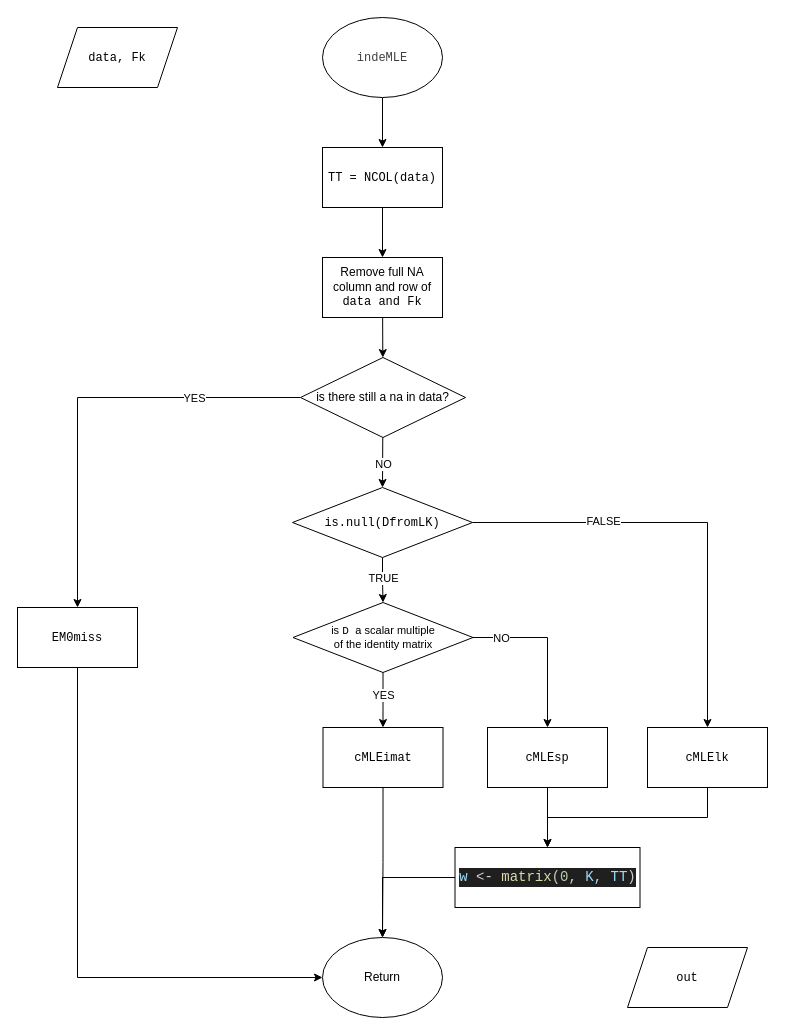
Earlier version of the draw.io diagram page "indeMLE" (5 of 12) of flowcharts/autoFRK.drawio (Josh-test-lab/autoFRK-python). Source tidied: cells renumbered, new cells numbered last; positions are measured from the earlier drawing's top-left corner, leaving out a move shared by most shapes. Both pictures are drawn from the tidied source at 100%, with x=0, y=0 at pixel (17, 17).
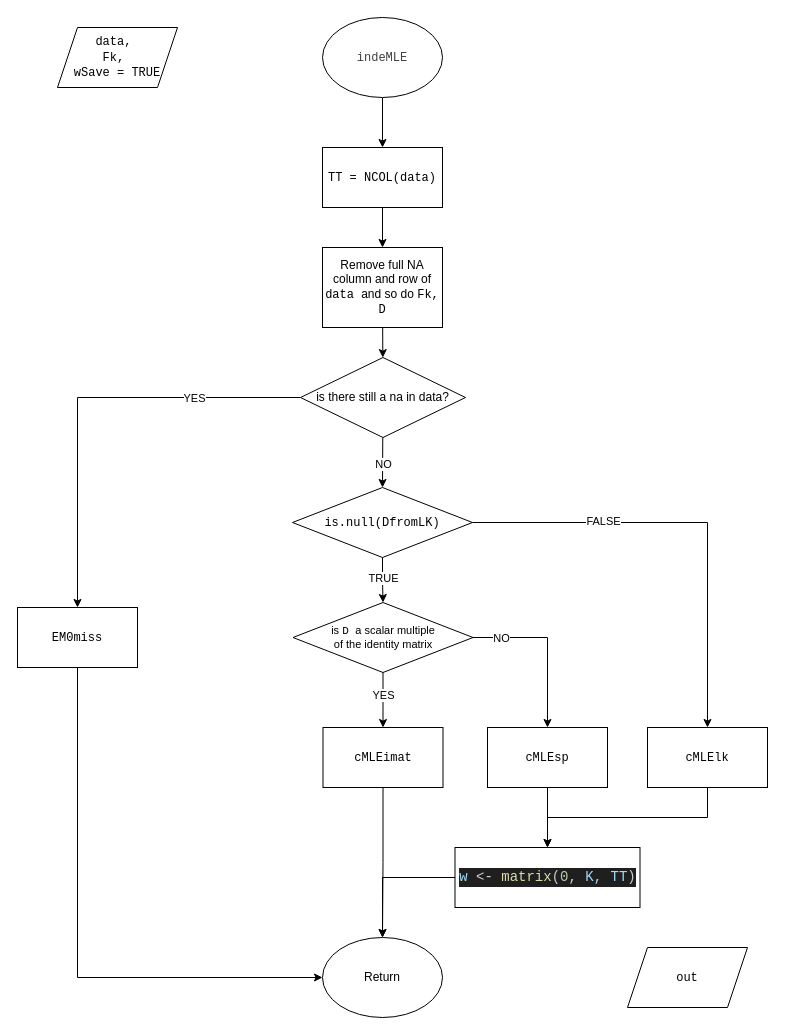
After the change.

Diff of the diagram source:
```diff
@@
-    <mxCell id="8" value="Remove full NA column and row of &lt;font face=&quot;Courier New&quot;&gt;data and Fk&lt;/font&gt;" style="rounded=0;whiteSpace=wrap;html=1;" parent="1" vertex="1">
-      <mxGeometry x="305" y="240" width="120" height="60" as="geometry" />
+    <mxCell id="8" value="Remove full NA column and row of &lt;font face=&quot;Courier New&quot;&gt;data &lt;/font&gt;and so do&amp;nbsp;&lt;font face=&quot;Courier New&quot;&gt;Fk, D&lt;/font&gt;" style="rounded=0;whiteSpace=wrap;html=1;" parent="1" vertex="1">
+      <mxGeometry x="305" y="230" width="120" height="80" as="geometry" />
     </mxCell>
@@
-    <mxCell id="22" value="&lt;font face=&quot;Courier New&quot;&gt;data, Fk&lt;/font&gt;" style="shape=parallelogram;perimeter=parallelogramPerimeter;whiteSpace=wrap;html=1;fixedSize=1;" parent="1" vertex="1">
+    <mxCell id="22" value="&lt;font face=&quot;Courier New&quot;&gt;data,&amp;nbsp;&lt;/font&gt;&lt;div&gt;&lt;font face=&quot;Courier New&quot;&gt;Fk,&amp;nbsp;&lt;/font&gt;&lt;/div&gt;&lt;div&gt;&lt;font face=&quot;Courier New&quot;&gt;wSave = TRUE&lt;/font&gt;&lt;/div&gt;" style="shape=parallelogram;perimeter=parallelogramPerimeter;whiteSpace=wrap;html=1;fixedSize=1;" parent="1" vertex="1">
       <mxGeometry x="40" y="10" width="120" height="60" as="geometry" />
     </mxCell>
```
